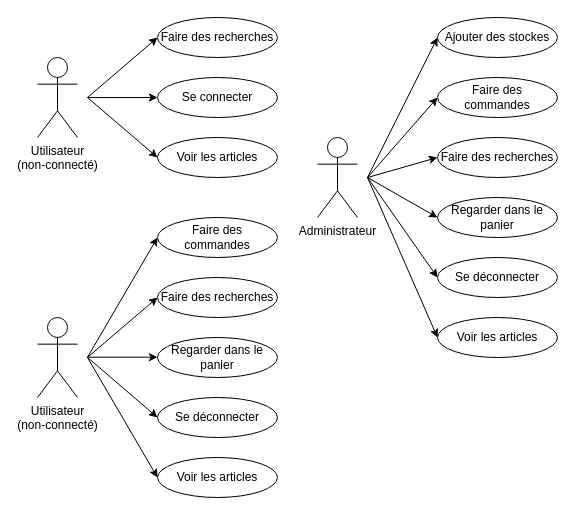
Before: Documentation/Maquettes/Use case.drawio in romain-lnr/I_Shoes, a draw.io diagram. Source tidied: cells renumbered, new cells numbered last; positions are measured from the earlier drawing's top-left corner, leaving out a move shared by most shapes. Both pictures are drawn from the tidied source at 100%, with x=0, y=0 at pixel (37, 17).
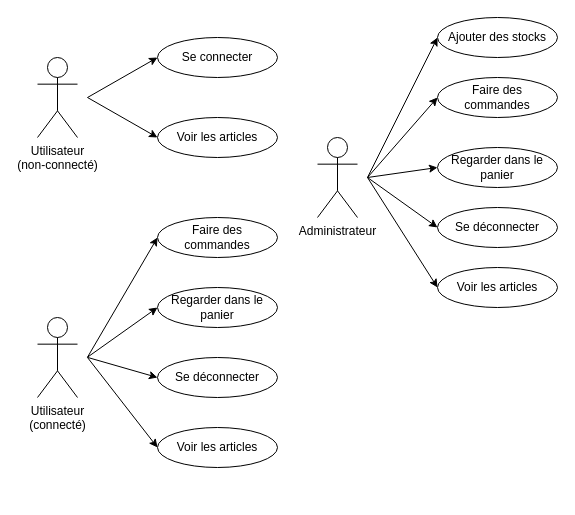
The same diagram, later.

Commit message (it also covers changes not shown here):
Diagram and user case changes

Change to the diagram source:
```diff
@@
-    <mxCell id="5" style="endArrow=classic;html=1;rounded=0;entryX=0;entryY=0.5;entryDx=0;entryDy=0;" parent="1" edge="1" target="9">
-      <mxGeometry relative="1" as="geometry">
-        <mxPoint x="50" y="80" as="sourcePoint" />
-      </mxGeometry>
-    </mxCell>
@@
     <mxCell id="7" value="Se connecter" style="ellipse;whiteSpace=wrap;html=1;" parent="1" vertex="1">
-      <mxGeometry x="120" y="60" width="120" height="40" as="geometry" />
+      <mxGeometry x="120" y="20" width="120" height="40" as="geometry" />
     </mxCell>
     <mxCell id="8" value="Voir les articles" style="ellipse;whiteSpace=wrap;html=1;" parent="1" vertex="1">
-      <mxGeometry x="120" y="120" width="120" height="40" as="geometry" />
+      <mxGeometry x="120" y="100" width="120" height="40" as="geometry" />
     </mxCell>
-    <mxCell id="9" value="Faire des recherches" style="ellipse;whiteSpace=wrap;html=1;" parent="1" vertex="1">
-      <mxGeometry x="120" width="120" height="40" as="geometry" />
-    </mxCell>
     <mxCell id="10" value="Se déconnecter" style="ellipse;whiteSpace=wrap;html=1;" parent="1" vertex="1">
-      <mxGeometry x="120" y="380" width="120" height="40" as="geometry" />
+      <mxGeometry x="120" y="340" width="120" height="40" as="geometry" />
     </mxCell>
     <mxCell id="11" value="Voir les articles" style="ellipse;whiteSpace=wrap;html=1;" parent="1" vertex="1">
-      <mxGeometry x="120" y="440" width="120" height="40" as="geometry" />
+      <mxGeometry x="120" y="410" width="120" height="40" as="geometry" />
     </mxCell>
-    <mxCell id="12" value="Faire des recherches" style="ellipse;whiteSpace=wrap;html=1;" parent="1" vertex="1">
-      <mxGeometry x="120" y="260" width="120" height="40" as="geometry" />
-    </mxCell>
     <mxCell id="13" value="Regarder dans le panier" style="ellipse;whiteSpace=wrap;html=1;" parent="1" vertex="1">
-      <mxGeometry x="120" y="320" width="120" height="40" as="geometry" />
+      <mxGeometry x="120" y="270" width="120" height="40" as="geometry" />
     </mxCell>
@@
-    <mxCell id="15" value="&lt;div&gt;Utilisateur&lt;/div&gt;&lt;div&gt;(non-connecté)&lt;/div&gt;" style="shape=umlActor;verticalLabelPosition=bottom;verticalAlign=top;html=1;" parent="1" vertex="1">
+    <mxCell id="15" value="&lt;div&gt;Utilisateur&lt;/div&gt;&lt;div&gt;(connecté)&lt;/div&gt;" style="shape=umlActor;verticalLabelPosition=bottom;verticalAlign=top;html=1;" parent="1" vertex="1">
       <mxGeometry y="300" width="40" height="80" as="geometry" />
     </mxCell>
-    <mxCell id="16" style="endArrow=classic;html=1;rounded=0;entryX=0;entryY=0.5;entryDx=0;entryDy=0;" parent="1" edge="1">
+    <mxCell id="16" style="endArrow=classic;html=1;rounded=0;entryX=0;entryY=0.5;entryDx=0;entryDy=0;" parent="1" edge="1" target="13">
       <mxGeometry relative="1" as="geometry">
         <mxPoint x="50" y="339.7" as="sourcePoint" />
-        <mxPoint x="120" y="339.7" as="targetPoint" />
       </mxGeometry>
     </mxCell>
@@
-    <mxCell id="18" style="endArrow=classic;html=1;rounded=0;entryX=0;entryY=0.5;entryDx=0;entryDy=0;" parent="1" edge="1" target="12">
-      <mxGeometry relative="1" as="geometry">
-        <mxPoint x="50" y="339.9" as="sourcePoint" />
-      </mxGeometry>
-    </mxCell>
@@
     <mxCell id="21" value="Se déconnecter" style="ellipse;whiteSpace=wrap;html=1;" parent="1" vertex="1">
-      <mxGeometry x="400" y="240" width="120" height="40" as="geometry" />
+      <mxGeometry x="400" y="190" width="120" height="40" as="geometry" />
     </mxCell>
     <mxCell id="22" value="Voir les articles" style="ellipse;whiteSpace=wrap;html=1;" parent="1" vertex="1">
-      <mxGeometry x="400" y="300" width="120" height="40" as="geometry" />
+      <mxGeometry x="400" y="250" width="120" height="40" as="geometry" />
     </mxCell>
-    <mxCell id="23" value="Faire des recherches" style="ellipse;whiteSpace=wrap;html=1;" parent="1" vertex="1">
-      <mxGeometry x="400" y="120" width="120" height="40" as="geometry" />
-    </mxCell>
-    <mxCell id="24" value="Ajouter des stockes" style="ellipse;whiteSpace=wrap;html=1;" parent="1" vertex="1">
+    <mxCell id="24" value="Ajouter des stocks" style="ellipse;whiteSpace=wrap;html=1;" parent="1" vertex="1">
       <mxGeometry x="400" width="120" height="40" as="geometry" />
     </mxCell>
     <mxCell id="25" value="Regarder dans le panier" style="ellipse;whiteSpace=wrap;html=1;" parent="1" vertex="1">
-      <mxGeometry x="400" y="180" width="120" height="40" as="geometry" />
+      <mxGeometry x="400" y="130" width="120" height="40" as="geometry" />
     </mxCell>
@@
-    <mxCell id="30" style="endArrow=classic;html=1;rounded=0;entryX=0;entryY=0.5;entryDx=0;entryDy=0;" parent="1" edge="1" target="23">
-      <mxGeometry relative="1" as="geometry">
-        <mxPoint x="330" y="160" as="sourcePoint" />
-      </mxGeometry>
-    </mxCell>
```
